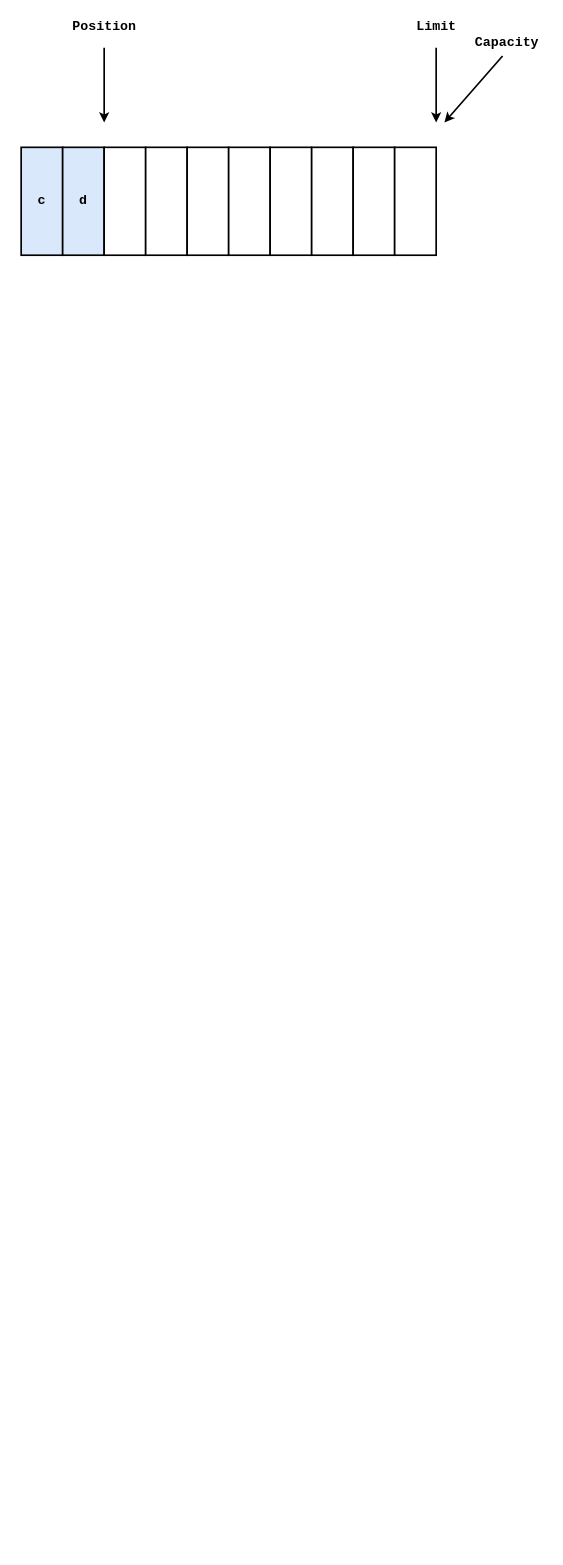
This is javase.drawio from Ocsio/draw-io, a draw.io file, before an edit. Source tidied: cells renumbered, new cells numbered last; positions are measured from the earlier drawing's top-left corner, leaving out a move shared by most shapes. Both pictures are drawn from the tidied source at 83%, with x=0, y=0 at pixel (21, 14).
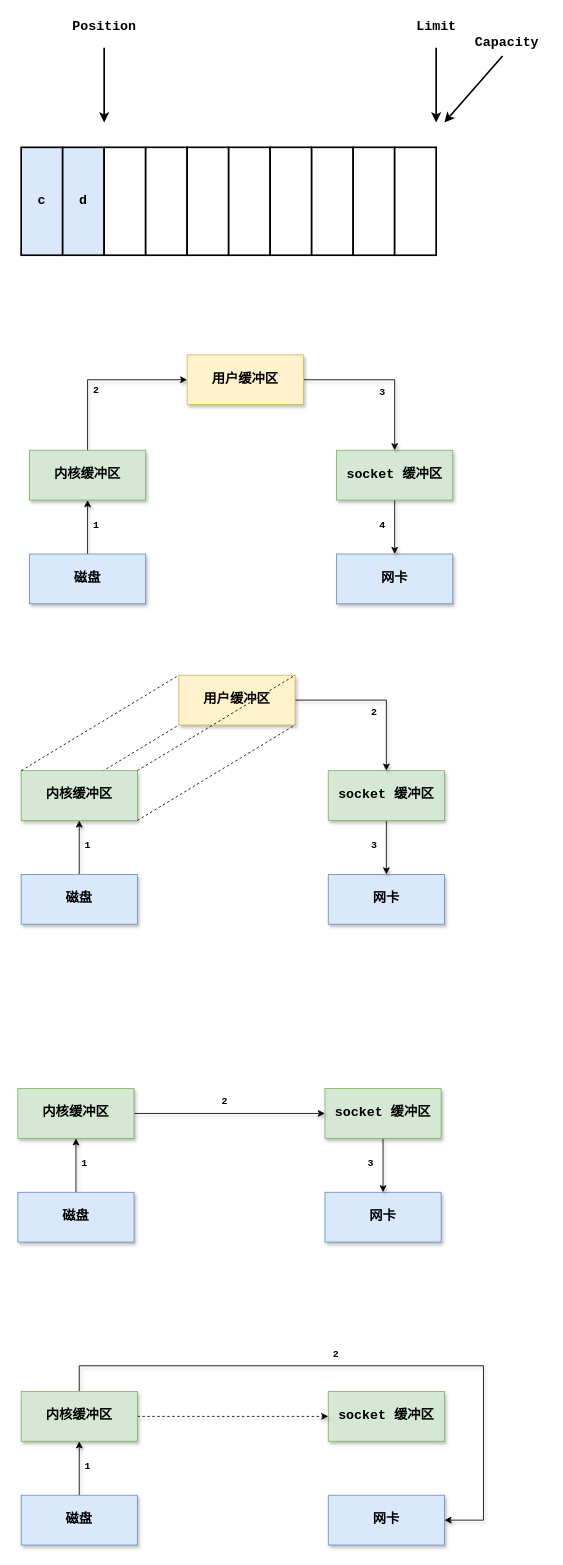
Above is the later version.

Change to the diagram source:
```diff
@@
+    <mxCell id="18" style="endArrow=none;html=1;rounded=0;entryX=0;entryY=0;entryDx=0;entryDy=0;dashed=1;" parent="1" edge="1">
+      <mxGeometry relative="1" as="geometry">
+        <mxPoint y="971" as="sourcePoint" />
+        <mxPoint x="190" y="856" as="targetPoint" />
+      </mxGeometry>
+    </mxCell>
@@
+    <mxCell id="19" value="&lt;b&gt;&lt;font style=&quot;font-size: 16px;&quot; face=&quot;Courier New&quot;&gt;网卡&lt;/font&gt;&lt;/b&gt;" style="rounded=0;whiteSpace=wrap;html=1;fillColor=#dae8fc;strokeColor=#6c8ebf;shadow=1;" parent="1" vertex="1">
+      <mxGeometry x="380" y="650" width="140" height="60" as="geometry" />
+    </mxCell>
+    <mxCell id="20" style="edgeStyle=orthogonalEdgeStyle;rounded=0;jettySize=auto;html=1;shadow=1;" parent="1" edge="1" source="21" target="19">
+      <mxGeometry relative="1" as="geometry" />
+    </mxCell>
+    <mxCell id="21" value="&lt;b&gt;&lt;font style=&quot;font-size: 16px;&quot; face=&quot;Courier New&quot;&gt;socket 缓冲区&lt;/font&gt;&lt;/b&gt;" style="rounded=0;whiteSpace=wrap;html=1;fillColor=#d5e8d4;strokeColor=#82b366;shadow=1;" parent="1" vertex="1">
+      <mxGeometry x="380" y="525" width="140" height="60" as="geometry" />
+    </mxCell>
+    <mxCell id="22" style="edgeStyle=orthogonalEdgeStyle;rounded=0;jettySize=auto;html=1;shadow=1;" parent="1" edge="1" source="23" target="25">
+      <mxGeometry relative="1" as="geometry" />
+    </mxCell>
+    <mxCell id="23" value="&lt;b&gt;&lt;font style=&quot;font-size: 16px;&quot; face=&quot;Courier New&quot;&gt;磁盘&lt;/font&gt;&lt;/b&gt;" style="rounded=0;whiteSpace=wrap;html=1;fillColor=#dae8fc;strokeColor=#6c8ebf;shadow=1;" parent="1" vertex="1">
+      <mxGeometry x="10" y="650" width="140" height="60" as="geometry" />
+    </mxCell>
+    <mxCell id="24" style="edgeStyle=orthogonalEdgeStyle;rounded=0;jettySize=auto;html=1;entryX=0;entryY=0.5;entryDx=0;entryDy=0;shadow=1;" parent="1" edge="1" source="25" target="27">
+      <mxGeometry relative="1" as="geometry">
+        <Array as="points">
+          <mxPoint x="80" y="440" />
+        </Array>
+      </mxGeometry>
+    </mxCell>
+    <mxCell id="25" value="&lt;b&gt;&lt;font style=&quot;font-size: 16px;&quot; face=&quot;Courier New&quot;&gt;内核缓冲区&lt;/font&gt;&lt;/b&gt;" style="rounded=0;whiteSpace=wrap;html=1;fillColor=#d5e8d4;strokeColor=#82b366;shadow=1;" parent="1" vertex="1">
+      <mxGeometry x="10" y="525" width="140" height="60" as="geometry" />
+    </mxCell>
+    <mxCell id="26" style="edgeStyle=orthogonalEdgeStyle;rounded=0;jettySize=auto;html=1;entryX=0.5;entryY=0;entryDx=0;entryDy=0;shadow=1;" parent="1" edge="1" source="27" target="21">
+      <mxGeometry relative="1" as="geometry" />
+    </mxCell>
+    <mxCell id="27" value="&lt;b&gt;&lt;font style=&quot;font-size: 16px;&quot; face=&quot;Courier New&quot;&gt;用户缓冲区&lt;/font&gt;&lt;/b&gt;" style="rounded=0;whiteSpace=wrap;html=1;fillColor=#fff2cc;strokeColor=#d6b656;shadow=1;" parent="1" vertex="1">
+      <mxGeometry x="200" y="410" width="140" height="60" as="geometry" />
+    </mxCell>
+    <mxCell id="28" value="&lt;b&gt;&lt;font face=&quot;Courier New&quot;&gt;2&lt;/font&gt;&lt;/b&gt;" style="text;html=1;align=center;verticalAlign=middle;strokeColor=none;fillColor=none;shadow=1;" parent="1" vertex="1">
+      <mxGeometry x="75" y="438" width="30" height="30" as="geometry" />
+    </mxCell>
+    <mxCell id="29" value="&lt;b&gt;&lt;font face=&quot;Courier New&quot;&gt;1&lt;/font&gt;&lt;/b&gt;" style="text;html=1;align=center;verticalAlign=middle;strokeColor=none;fillColor=none;shadow=1;" parent="1" vertex="1">
+      <mxGeometry x="75" y="600" width="30" height="30" as="geometry" />
+    </mxCell>
+    <mxCell id="30" value="&lt;b&gt;&lt;font face=&quot;Courier New&quot;&gt;3&lt;/font&gt;&lt;/b&gt;" style="text;html=1;align=center;verticalAlign=middle;strokeColor=none;fillColor=none;shadow=1;" parent="1" vertex="1">
+      <mxGeometry x="420" y="440" width="30" height="30" as="geometry" />
+    </mxCell>
+    <mxCell id="31" value="&lt;b&gt;&lt;font face=&quot;Courier New&quot;&gt;4&lt;/font&gt;&lt;/b&gt;" style="text;html=1;align=center;verticalAlign=middle;strokeColor=none;fillColor=none;shadow=1;" parent="1" vertex="1">
+      <mxGeometry x="420" y="600" width="30" height="30" as="geometry" />
+    </mxCell>
+    <mxCell id="32" value="&lt;b&gt;&lt;font style=&quot;font-size: 16px;&quot; face=&quot;Courier New&quot;&gt;网卡&lt;/font&gt;&lt;/b&gt;" style="rounded=0;whiteSpace=wrap;html=1;fillColor=#dae8fc;strokeColor=#6c8ebf;shadow=1;" parent="1" vertex="1">
+      <mxGeometry x="370" y="1036" width="140" height="60" as="geometry" />
+    </mxCell>
+    <mxCell id="33" style="edgeStyle=orthogonalEdgeStyle;rounded=0;jettySize=auto;html=1;shadow=1;" parent="1" edge="1" source="34" target="32">
+      <mxGeometry relative="1" as="geometry" />
+    </mxCell>
+    <mxCell id="34" value="&lt;b&gt;&lt;font style=&quot;font-size: 16px;&quot; face=&quot;Courier New&quot;&gt;socket 缓冲区&lt;/font&gt;&lt;/b&gt;" style="rounded=0;whiteSpace=wrap;html=1;fillColor=#d5e8d4;strokeColor=#82b366;shadow=1;" parent="1" vertex="1">
+      <mxGeometry x="370" y="911" width="140" height="60" as="geometry" />
+    </mxCell>
+    <mxCell id="35" style="edgeStyle=orthogonalEdgeStyle;rounded=0;jettySize=auto;html=1;shadow=1;" parent="1" edge="1" source="36" target="37">
+      <mxGeometry relative="1" as="geometry" />
+    </mxCell>
+    <mxCell id="36" value="&lt;b&gt;&lt;font style=&quot;font-size: 16px;&quot; face=&quot;Courier New&quot;&gt;磁盘&lt;/font&gt;&lt;/b&gt;" style="rounded=0;whiteSpace=wrap;html=1;fillColor=#dae8fc;strokeColor=#6c8ebf;shadow=1;" parent="1" vertex="1">
+      <mxGeometry y="1036" width="140" height="60" as="geometry" />
+    </mxCell>
+    <mxCell id="37" value="&lt;b&gt;&lt;font style=&quot;font-size: 16px;&quot; face=&quot;Courier New&quot;&gt;内核缓冲区&lt;/font&gt;&lt;/b&gt;" style="rounded=0;whiteSpace=wrap;html=1;fillColor=#d5e8d4;strokeColor=#82b366;shadow=1;" parent="1" vertex="1">
+      <mxGeometry y="911" width="140" height="60" as="geometry" />
+    </mxCell>
+    <mxCell id="38" style="edgeStyle=orthogonalEdgeStyle;rounded=0;jettySize=auto;html=1;entryX=0.5;entryY=0;entryDx=0;entryDy=0;shadow=1;" parent="1" edge="1" source="39" target="34">
+      <mxGeometry relative="1" as="geometry" />
+    </mxCell>
+    <mxCell id="39" value="&lt;b&gt;&lt;font style=&quot;font-size: 16px;&quot; face=&quot;Courier New&quot;&gt;用户缓冲区&lt;/font&gt;&lt;/b&gt;" style="rounded=0;whiteSpace=wrap;html=1;fillColor=#fff2cc;strokeColor=#d6b656;shadow=1;" parent="1" vertex="1">
+      <mxGeometry x="190" y="796" width="140" height="60" as="geometry" />
+    </mxCell>
+    <mxCell id="40" value="&lt;b&gt;&lt;font face=&quot;Courier New&quot;&gt;1&lt;/font&gt;&lt;/b&gt;" style="text;html=1;align=center;verticalAlign=middle;strokeColor=none;fillColor=none;shadow=1;" parent="1" vertex="1">
+      <mxGeometry x="65" y="986" width="30" height="30" as="geometry" />
+    </mxCell>
+    <mxCell id="41" value="&lt;b&gt;&lt;font face=&quot;Courier New&quot;&gt;2&lt;/font&gt;&lt;/b&gt;" style="text;html=1;align=center;verticalAlign=middle;strokeColor=none;fillColor=none;shadow=1;" parent="1" vertex="1">
+      <mxGeometry x="410" y="826" width="30" height="30" as="geometry" />
+    </mxCell>
+    <mxCell id="42" value="&lt;b&gt;&lt;font face=&quot;Courier New&quot;&gt;3&lt;/font&gt;&lt;/b&gt;" style="text;html=1;align=center;verticalAlign=middle;strokeColor=none;fillColor=none;shadow=1;" parent="1" vertex="1">
+      <mxGeometry x="410" y="986" width="30" height="30" as="geometry" />
+    </mxCell>
+    <mxCell id="43" style="endArrow=none;html=1;rounded=0;entryX=0;entryY=0;entryDx=0;entryDy=0;dashed=1;" parent="1" edge="1" target="39">
+      <mxGeometry relative="1" as="geometry">
+        <mxPoint y="911" as="sourcePoint" />
+      </mxGeometry>
+    </mxCell>
+    <mxCell id="44" style="endArrow=none;html=1;rounded=0;entryX=0;entryY=0;entryDx=0;entryDy=0;dashed=1;" parent="1" edge="1">
+      <mxGeometry relative="1" as="geometry">
+        <mxPoint x="140" y="911" as="sourcePoint" />
+        <mxPoint x="330" y="796" as="targetPoint" />
+      </mxGeometry>
+    </mxCell>
+    <mxCell id="45" style="endArrow=none;html=1;rounded=0;entryX=0;entryY=0;entryDx=0;entryDy=0;dashed=1;" parent="1" edge="1">
+      <mxGeometry relative="1" as="geometry">
+        <mxPoint x="140" y="971" as="sourcePoint" />
+        <mxPoint x="330" y="856" as="targetPoint" />
+      </mxGeometry>
+    </mxCell>
+    <mxCell id="46" value="&lt;b&gt;&lt;font style=&quot;font-size: 16px;&quot; face=&quot;Courier New&quot;&gt;网卡&lt;/font&gt;&lt;/b&gt;" style="rounded=0;whiteSpace=wrap;html=1;fillColor=#dae8fc;strokeColor=#6c8ebf;shadow=1;" parent="1" vertex="1">
+      <mxGeometry x="366" y="1419" width="140" height="60" as="geometry" />
+    </mxCell>
+    <mxCell id="47" style="edgeStyle=orthogonalEdgeStyle;rounded=0;jettySize=auto;html=1;shadow=1;" parent="1" edge="1" source="48" target="46">
+      <mxGeometry relative="1" as="geometry" />
+    </mxCell>
+    <mxCell id="48" value="&lt;b&gt;&lt;font style=&quot;font-size: 16px;&quot; face=&quot;Courier New&quot;&gt;socket 缓冲区&lt;/font&gt;&lt;/b&gt;" style="rounded=0;whiteSpace=wrap;html=1;fillColor=#d5e8d4;strokeColor=#82b366;shadow=1;" parent="1" vertex="1">
+      <mxGeometry x="366" y="1294" width="140" height="60" as="geometry" />
+    </mxCell>
+    <mxCell id="49" style="edgeStyle=orthogonalEdgeStyle;rounded=0;jettySize=auto;html=1;shadow=1;" parent="1" edge="1" source="50" target="52">
+      <mxGeometry relative="1" as="geometry" />
+    </mxCell>
+    <mxCell id="50" value="&lt;b&gt;&lt;font style=&quot;font-size: 16px;&quot; face=&quot;Courier New&quot;&gt;磁盘&lt;/font&gt;&lt;/b&gt;" style="rounded=0;whiteSpace=wrap;html=1;fillColor=#dae8fc;strokeColor=#6c8ebf;shadow=1;" parent="1" vertex="1">
+      <mxGeometry x="-4" y="1419" width="140" height="60" as="geometry" />
+    </mxCell>
+    <mxCell id="51" style="edgeStyle=orthogonalEdgeStyle;rounded=0;jettySize=auto;html=1;shadow=1;" parent="1" edge="1" source="52" target="48">
+      <mxGeometry relative="1" as="geometry" />
+    </mxCell>
+    <mxCell id="52" value="&lt;b&gt;&lt;font style=&quot;font-size: 16px;&quot; face=&quot;Courier New&quot;&gt;内核缓冲区&lt;/font&gt;&lt;/b&gt;" style="rounded=0;whiteSpace=wrap;html=1;fillColor=#d5e8d4;strokeColor=#82b366;shadow=1;" parent="1" vertex="1">
+      <mxGeometry x="-4" y="1294" width="140" height="60" as="geometry" />
+    </mxCell>
+    <mxCell id="53" value="&lt;b&gt;&lt;font face=&quot;Courier New&quot;&gt;1&lt;/font&gt;&lt;/b&gt;" style="text;html=1;align=center;verticalAlign=middle;strokeColor=none;fillColor=none;shadow=1;" parent="1" vertex="1">
+      <mxGeometry x="61" y="1369" width="30" height="30" as="geometry" />
+    </mxCell>
+    <mxCell id="54" value="&lt;b&gt;&lt;font face=&quot;Courier New&quot;&gt;2&lt;/font&gt;&lt;/b&gt;" style="text;html=1;align=center;verticalAlign=middle;strokeColor=none;fillColor=none;shadow=1;" parent="1" vertex="1">
+      <mxGeometry x="230" y="1294" width="30" height="30" as="geometry" />
+    </mxCell>
+    <mxCell id="55" value="&lt;b&gt;&lt;font face=&quot;Courier New&quot;&gt;3&lt;/font&gt;&lt;/b&gt;" style="text;html=1;align=center;verticalAlign=middle;strokeColor=none;fillColor=none;shadow=1;" parent="1" vertex="1">
+      <mxGeometry x="406" y="1369" width="30" height="30" as="geometry" />
+    </mxCell>
+    <mxCell id="56" value="&lt;b&gt;&lt;font style=&quot;font-size: 16px;&quot; face=&quot;Courier New&quot;&gt;网卡&lt;/font&gt;&lt;/b&gt;" style="rounded=0;whiteSpace=wrap;html=1;fillColor=#dae8fc;strokeColor=#6c8ebf;shadow=1;" parent="1" vertex="1">
+      <mxGeometry x="370" y="1784" width="140" height="60" as="geometry" />
+    </mxCell>
+    <mxCell id="57" value="&lt;b&gt;&lt;font style=&quot;font-size: 16px;&quot; face=&quot;Courier New&quot;&gt;socket 缓冲区&lt;/font&gt;&lt;/b&gt;" style="rounded=0;whiteSpace=wrap;html=1;fillColor=#d5e8d4;strokeColor=#82b366;shadow=1;" parent="1" vertex="1">
+      <mxGeometry x="370" y="1659" width="140" height="60" as="geometry" />
+    </mxCell>
+    <mxCell id="58" style="edgeStyle=orthogonalEdgeStyle;rounded=0;jettySize=auto;html=1;shadow=1;" parent="1" edge="1" source="59" target="62">
+      <mxGeometry relative="1" as="geometry" />
+    </mxCell>
+    <mxCell id="59" value="&lt;b&gt;&lt;font style=&quot;font-size: 16px;&quot; face=&quot;Courier New&quot;&gt;磁盘&lt;/font&gt;&lt;/b&gt;" style="rounded=0;whiteSpace=wrap;html=1;fillColor=#dae8fc;strokeColor=#6c8ebf;shadow=1;" parent="1" vertex="1">
+      <mxGeometry y="1784" width="140" height="60" as="geometry" />
+    </mxCell>
+    <mxCell id="60" style="edgeStyle=orthogonalEdgeStyle;rounded=0;jettySize=auto;html=1;dashed=1;shadow=1;" parent="1" edge="1" source="62" target="57">
+      <mxGeometry relative="1" as="geometry" />
+    </mxCell>
+    <mxCell id="61" style="edgeStyle=orthogonalEdgeStyle;rounded=0;jettySize=auto;html=1;entryX=1;entryY=0.5;entryDx=0;entryDy=0;shadow=1;" parent="1" edge="1" source="62" target="56">
+      <mxGeometry relative="1" as="geometry">
+        <Array as="points">
+          <mxPoint x="70" y="1628" />
+          <mxPoint x="557" y="1628" />
+          <mxPoint x="557" y="1814" />
+        </Array>
+      </mxGeometry>
+    </mxCell>
+    <mxCell id="62" value="&lt;b&gt;&lt;font style=&quot;font-size: 16px;&quot; face=&quot;Courier New&quot;&gt;内核缓冲区&lt;/font&gt;&lt;/b&gt;" style="rounded=0;whiteSpace=wrap;html=1;fillColor=#d5e8d4;strokeColor=#82b366;shadow=1;" parent="1" vertex="1">
+      <mxGeometry y="1659" width="140" height="60" as="geometry" />
+    </mxCell>
+    <mxCell id="63" value="&lt;b&gt;&lt;font face=&quot;Courier New&quot;&gt;1&lt;/font&gt;&lt;/b&gt;" style="text;html=1;align=center;verticalAlign=middle;strokeColor=none;fillColor=none;shadow=1;" parent="1" vertex="1">
+      <mxGeometry x="65" y="1734" width="30" height="30" as="geometry" />
+    </mxCell>
+    <mxCell id="64" value="&lt;b&gt;&lt;font face=&quot;Courier New&quot;&gt;2&lt;/font&gt;&lt;/b&gt;" style="text;html=1;align=center;verticalAlign=middle;strokeColor=none;fillColor=none;shadow=1;" parent="1" vertex="1">
+      <mxGeometry x="364" y="1599" width="30" height="30" as="geometry" />
+    </mxCell>
```
